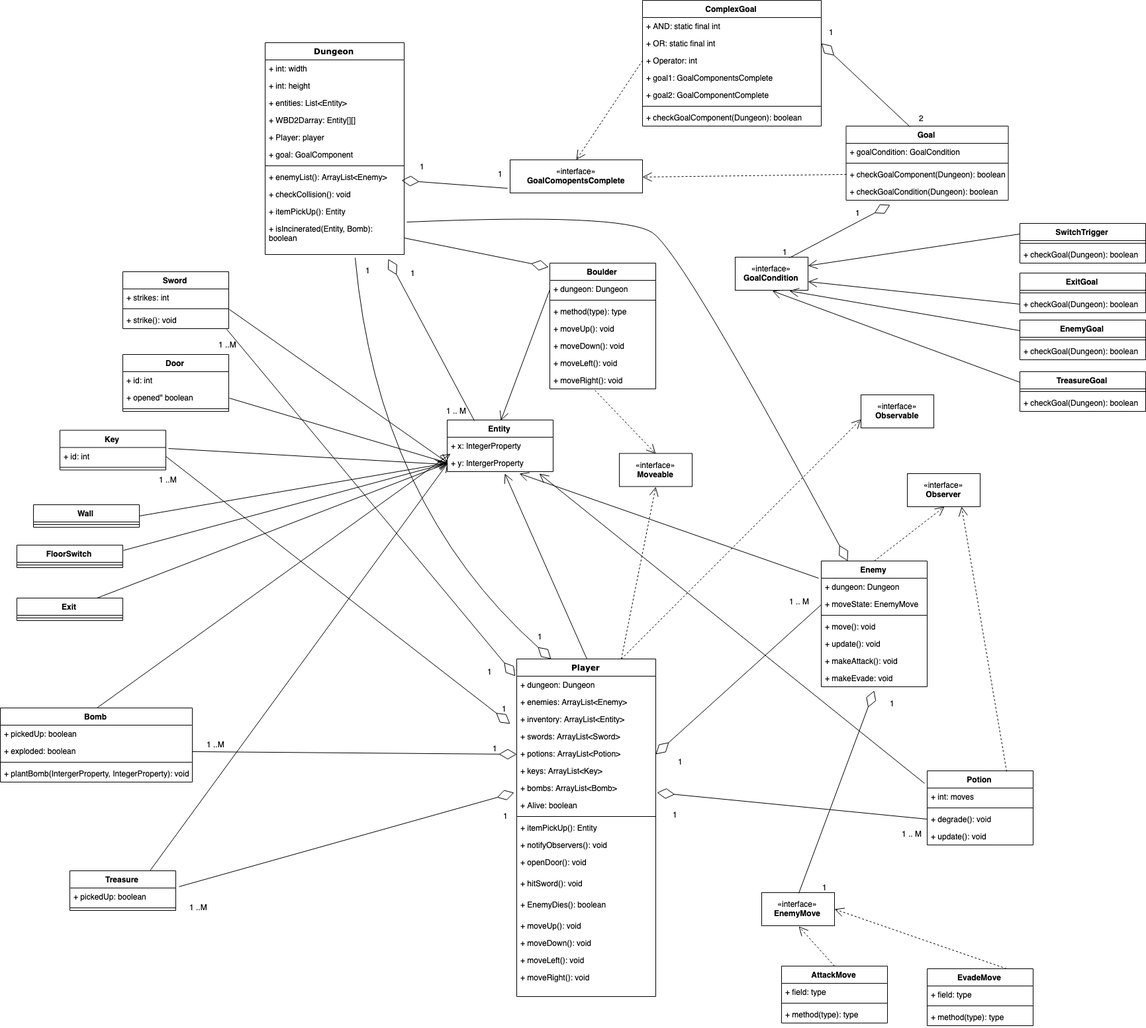
Before: UML Final.png, a diagram exported from draw.io (peterhuyxuan/DungeonGamePuzzle). Source tidied: cells renumbered, new cells last; positions are measured from the earlier drawing's top-left corner, leaving out a move shared by most shapes.
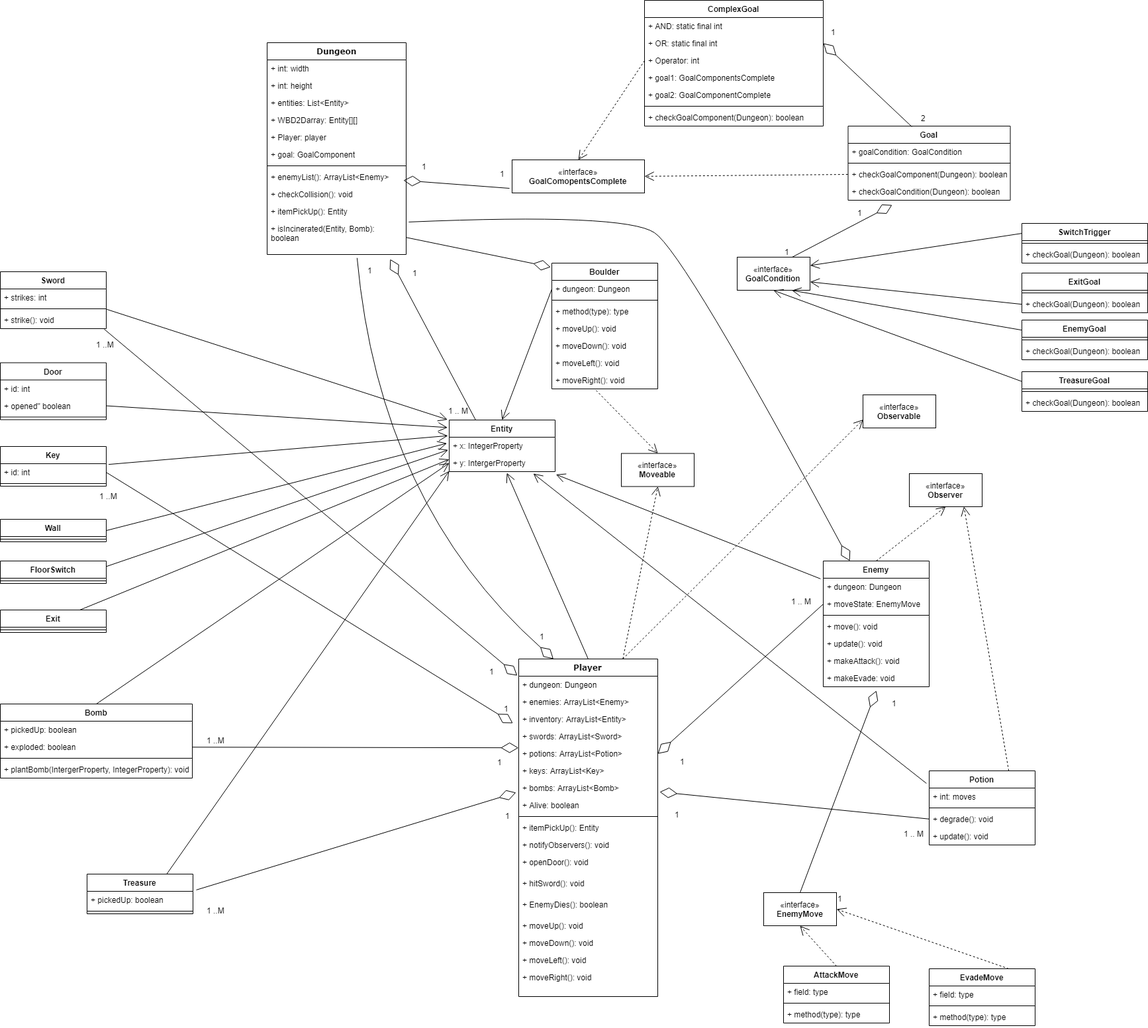
After the commit.

Diff of the diagram source:
```diff
@@ -111,7 +111,7 @@
       <mxGeometry relative="1" as="geometry" />
     </mxCell>
     <mxCell id="38" value="Door" style="swimlane;fontStyle=1;align=center;verticalAlign=top;horizontal=1;startSize=26;" parent="1" vertex="1">
-      <mxGeometry x="185" y="535" width="160" height="86" as="geometry" />
+      <mxGeometry x="-3" y="547.5" width="160" height="86" as="geometry" />
     </mxCell>
     <mxCell id="39" value="+ id: int" style="text;strokeColor=none;fillColor=none;align=left;verticalAlign=top;spacingLeft=4;spacingRight=4;overflow=hidden;" parent="38" vertex="1">
       <mxGeometry y="26" width="160" height="26" as="geometry" />
@@ -123,7 +123,7 @@
       <mxGeometry y="78" width="160" height="8" as="geometry" />
     </mxCell>
     <mxCell id="42" value="Bomb" style="swimlane;fontStyle=1;align=center;verticalAlign=top;horizontal=1;startSize=26;" parent="1" vertex="1">
-      <mxGeometry y="1069" width="290" height="112" as="geometry" />
+      <mxGeometry x="-3" y="1063" width="290" height="112" as="geometry" />
     </mxCell>
     <mxCell id="43" value="+ pickedUp: boolean" style="text;strokeColor=none;fillColor=none;align=left;verticalAlign=top;spacingLeft=4;spacingRight=4;overflow=hidden;" parent="42" vertex="1">
       <mxGeometry y="26" width="290" height="26" as="geometry" />
@@ -138,7 +138,7 @@
       <mxGeometry y="86" width="290" height="26" as="geometry" />
     </mxCell>
     <mxCell id="47" value="Sword" style="swimlane;fontStyle=1;align=center;verticalAlign=top;horizontal=1;startSize=26;" parent="1" vertex="1">
-      <mxGeometry x="185" y="410" width="160" height="86" as="geometry" />
+      <mxGeometry x="-3" y="410" width="160" height="86" as="geometry" />
     </mxCell>
     <mxCell id="48" value="+ strikes: int" style="text;strokeColor=none;fillColor=none;align=left;verticalAlign=top;spacingLeft=4;spacingRight=4;overflow=hidden;" parent="47" vertex="1">
       <mxGeometry y="26" width="160" height="26" as="geometry" />
@@ -150,7 +150,7 @@
       <mxGeometry y="60" width="160" height="26" as="geometry" />
     </mxCell>
     <mxCell id="51" value="Key" style="swimlane;fontStyle=1;align=center;verticalAlign=top;horizontal=1;startSize=26;" parent="1" vertex="1">
-      <mxGeometry x="90" y="649.5" width="160" height="60" as="geometry" />
+      <mxGeometry x="-3" y="674" width="160" height="60" as="geometry" />
     </mxCell>
     <mxCell id="52" value="+ id: int" style="text;strokeColor=none;fillColor=none;align=left;verticalAlign=top;spacingLeft=4;spacingRight=4;overflow=hidden;points=[[0,0.5],[1,0.5]];portConstraint=eastwest;" parent="51" vertex="1">
       <mxGeometry y="26" width="160" height="26" as="geometry" />
@@ -194,16 +194,14 @@
     <mxCell id="65" style="endArrow=open;endFill=1;endSize=12;html=1;entryX=0.5;entryY=0;entryDx=0;entryDy=0;exitX=0;exitY=0.5;exitDx=0;exitDy=0;" parent="1" edge="1" source="55" target="33">
       <mxGeometry relative="1" as="geometry" />
     </mxCell>
-    <mxCell id="66" style="endArrow=open;endFill=1;endSize=12;html=1;entryX=0.031;entryY=-0.038;entryDx=0;entryDy=0;entryPerimeter=0;exitX=0.5;exitY=0;exitDx=0;exitDy=0;" parent="1" edge="1" source="42" target="35">
+    <mxCell id="66" style="endArrow=open;endFill=1;endSize=12;html=1;entryX=0;entryY=0.5;entryDx=0;entryDy=0;exitX=0.5;exitY=0;exitDx=0;exitDy=0;" parent="1" edge="1" source="42" target="35">
       <mxGeometry relative="1" as="geometry" />
     </mxCell>
-    <mxCell id="67" style="endArrow=open;endFill=1;endSize=12;html=1;entryX=0;entryY=0.5;entryDx=0;entryDy=0;exitX=1;exitY=0.5;exitDx=0;exitDy=0;" parent="1" edge="1" source="40" target="35">
+    <mxCell id="67" style="endArrow=open;endFill=1;endSize=12;html=1;entryX=-0.016;entryY=0.145;entryDx=0;entryDy=0;exitX=1;exitY=0.5;exitDx=0;exitDy=0;entryPerimeter=0;" parent="1" edge="1" source="40" target="33">
       <mxGeometry relative="1" as="geometry" />
     </mxCell>
-    <mxCell id="68" style="endArrow=open;endFill=1;endSize=12;html=1;exitX=1.023;exitY=0.038;exitDx=0;exitDy=0;exitPerimeter=0;" parent="1" edge="1" source="52">
-      <mxGeometry relative="1" as="geometry">
-        <mxPoint x="670" y="701" as="targetPoint" />
-      </mxGeometry>
+    <mxCell id="68" style="endArrow=open;endFill=1;endSize=12;html=1;exitX=1.023;exitY=0.038;exitDx=0;exitDy=0;exitPerimeter=0;entryX=-0.012;entryY=-0.082;entryDx=0;entryDy=0;entryPerimeter=0;" parent="1" edge="1" source="52" target="34">
+      <mxGeometry relative="1" as="geometry" />
     </mxCell>
     <mxCell id="69" value="Potion" style="swimlane;fontStyle=1;align=center;verticalAlign=top;horizontal=1;startSize=26;" parent="1" vertex="1">
       <mxGeometry x="1400" y="1164" width="160" height="112" as="geometry" />
@@ -221,7 +219,7 @@
       <mxGeometry y="86" width="160" height="26" as="geometry" />
     </mxCell>
     <mxCell id="74" value="FloorSwitch" style="swimlane;fontStyle=1;align=center;verticalAlign=top;horizontal=1;startSize=26;" parent="1" vertex="1">
-      <mxGeometry x="25" y="823" width="160" height="34" as="geometry" />
+      <mxGeometry x="-3" y="847" width="160" height="34" as="geometry" />
     </mxCell>
     <mxCell id="75" style="line;strokeWidth=1;fillColor=none;align=left;verticalAlign=middle;spacingTop=-1;spacingLeft=3;spacingRight=3;labelPosition=right;" parent="74" vertex="1">
       <mxGeometry y="26" width="160" height="8" as="geometry" />
@@ -251,13 +249,13 @@
       <mxGeometry y="164" width="160" height="26" as="geometry" />
     </mxCell>
     <mxCell id="84" value="Exit" style="swimlane;fontStyle=1;align=center;verticalAlign=top;horizontal=1;startSize=26;" parent="1" vertex="1">
-      <mxGeometry x="25" y="903" width="160" height="34" as="geometry" />
+      <mxGeometry x="-3" y="921" width="160" height="34" as="geometry" />
     </mxCell>
     <mxCell id="85" style="line;strokeWidth=1;fillColor=none;align=left;verticalAlign=middle;spacingTop=-1;spacingLeft=3;spacingRight=3;labelPosition=right;" parent="84" vertex="1">
       <mxGeometry y="26" width="160" height="8" as="geometry" />
     </mxCell>
     <mxCell id="86" value="Treasure" style="swimlane;fontStyle=1;align=center;verticalAlign=top;horizontal=1;startSize=26;" parent="1" vertex="1">
-      <mxGeometry x="105" y="1315" width="160" height="60" as="geometry" />
+      <mxGeometry x="128" y="1320" width="160" height="60" as="geometry" />
     </mxCell>
     <mxCell id="87" value="+ pickedUp: boolean" style="text;strokeColor=none;fillColor=none;align=left;verticalAlign=top;spacingLeft=4;spacingRight=4;overflow=hidden;points=[[0,0.5],[1,0.5]];portConstraint=eastwest;" parent="86" vertex="1">
       <mxGeometry y="26" width="160" height="26" as="geometry" />
@@ -353,25 +351,27 @@
       <mxGeometry y="34" width="190" height="26" as="geometry" />
     </mxCell>
     <mxCell id="118" value="Wall" style="swimlane;fontStyle=1;align=center;verticalAlign=top;horizontal=1;startSize=26;" parent="1" vertex="1">
-      <mxGeometry x="50" y="762" width="160" height="34" as="geometry" />
+      <mxGeometry x="-3" y="784" width="160" height="34" as="geometry" />
     </mxCell>
     <mxCell id="119" style="line;strokeWidth=1;fillColor=none;align=left;verticalAlign=middle;spacingTop=-1;spacingLeft=3;spacingRight=3;labelPosition=right;" parent="118" vertex="1">
       <mxGeometry y="26" width="160" height="8" as="geometry" />
     </mxCell>
-    <mxCell id="120" style="endArrow=open;endFill=1;endSize=12;html=1;exitX=1.006;exitY=-0.115;exitDx=0;exitDy=0;exitPerimeter=0;entryX=0;entryY=0.5;entryDx=0;entryDy=0;" parent="1" edge="1" source="50" target="35">
+    <mxCell id="120" style="endArrow=open;endFill=1;endSize=12;html=1;exitX=1.006;exitY=-0.115;exitDx=0;exitDy=0;exitPerimeter=0;entryX=-0.014;entryY=-0.009;entryDx=0;entryDy=0;entryPerimeter=0;" parent="1" edge="1" source="50" target="33">
       <mxGeometry relative="1" as="geometry" />
     </mxCell>
-    <mxCell id="121" style="endArrow=open;endFill=1;endSize=12;html=1;exitX=1;exitY=0.5;exitDx=0;exitDy=0;entryX=0;entryY=0.5;entryDx=0;entryDy=0;" parent="1" edge="1" source="118" target="35">
+    <mxCell id="121" style="endArrow=open;endFill=1;endSize=12;html=1;exitX=1;exitY=0.5;exitDx=0;exitDy=0;entryX=-0.02;entryY=0.346;entryDx=0;entryDy=0;entryPerimeter=0;" parent="1" edge="1" source="118" target="34">
       <mxGeometry relative="1" as="geometry" />
     </mxCell>
-    <mxCell id="122" style="endArrow=open;endFill=1;endSize=12;html=1;exitX=1;exitY=0.25;exitDx=0;exitDy=0;entryX=0;entryY=0.5;entryDx=0;entryDy=0;" parent="1" edge="1" source="74" target="35">
+    <mxCell id="122" style="endArrow=open;endFill=1;endSize=12;html=1;exitX=1;exitY=0.25;exitDx=0;exitDy=0;entryX=-0.011;entryY=0.742;entryDx=0;entryDy=0;entryPerimeter=0;" parent="1" edge="1" source="74" target="34">
       <mxGeometry relative="1" as="geometry" />
     </mxCell>
-    <mxCell id="123" style="endArrow=open;endFill=1;endSize=12;html=1;exitX=0.75;exitY=0;exitDx=0;exitDy=0;entryX=0;entryY=0.5;entryDx=0;entryDy=0;" parent="1" edge="1" source="84" target="35">
+    <mxCell id="123" style="endArrow=open;endFill=1;endSize=12;html=1;exitX=0.75;exitY=0;exitDx=0;exitDy=0;entryX=-0.002;entryY=0.291;entryDx=0;entryDy=0;entryPerimeter=0;" parent="1" edge="1" source="84" target="35">
       <mxGeometry relative="1" as="geometry" />
     </mxCell>
-    <mxCell id="124" style="endArrow=open;endFill=1;endSize=12;html=1;exitX=0.75;exitY=0;exitDx=0;exitDy=0;entryX=0;entryY=0.5;entryDx=0;entryDy=0;" parent="1" edge="1" source="86" target="35">
-      <mxGeometry relative="1" as="geometry" />
+    <mxCell id="124" style="endArrow=open;endFill=1;endSize=12;html=1;exitX=0.75;exitY=0;exitDx=0;exitDy=0;" parent="1" edge="1" source="86">
+      <mxGeometry relative="1" as="geometry">
+        <mxPoint x="675" y="711" as="targetPoint" />
+      </mxGeometry>
     </mxCell>
     <mxCell id="125" style="endArrow=open;endSize=12;dashed=1;html=1;entryX=0;entryY=0.75;entryDx=0;entryDy=0;exitX=0.75;exitY=0;exitDx=0;exitDy=0;" parent="1" edge="1" source="14" target="89">
       <mxGeometry relative="1" as="geometry" />
@@ -388,7 +388,7 @@
     <mxCell id="129" style="endArrow=diamondThin;endFill=0;endSize=24;html=1;entryX=1.014;entryY=-0.269;entryDx=0;entryDy=0;exitX=0;exitY=0.5;exitDx=0;exitDy=0;entryPerimeter=0;" parent="1" edge="1" source="72" target="22">
       <mxGeometry relative="1" as="geometry" />
     </mxCell>
-    <mxCell id="130" style="endArrow=diamondThin;endFill=0;endSize=24;html=1;entryX=0;entryY=0.5;entryDx=0;entryDy=0;exitX=1;exitY=0.5;exitDx=0;exitDy=0;" parent="1" edge="1" source="44" target="19">
+    <mxCell id="130" style="endArrow=diamondThin;endFill=0;endSize=24;html=1;exitX=1;exitY=0.5;exitDx=0;exitDy=0;entryX=-0.002;entryY=0.17;entryDx=0;entryDy=0;entryPerimeter=0;" parent="1" edge="1" source="44" target="19">
       <mxGeometry relative="1" as="geometry" />
     </mxCell>
     <mxCell id="131" style="endArrow=diamondThin;endFill=0;endSize=24;html=1;entryX=-0.043;entryY=-0.269;entryDx=0;entryDy=0;exitX=1;exitY=0.5;exitDx=0;exitDy=0;entryPerimeter=0;" parent="1" edge="1" source="52" target="18">
@@ -397,10 +397,10 @@
     <mxCell id="132" style="endArrow=diamondThin;endFill=0;endSize=24;html=1;entryX=-0.01;entryY=-0.038;entryDx=0;entryDy=0;exitX=0.981;exitY=1.038;exitDx=0;exitDy=0;entryPerimeter=0;exitPerimeter=0;" parent="1" edge="1" source="50" target="15">
       <mxGeometry relative="1" as="geometry" />
     </mxCell>
-    <mxCell id="133" style="endArrow=open;endFill=1;endSize=12;html=1;entryX=0.681;entryY=1.115;entryDx=0;entryDy=0;entryPerimeter=0;exitX=-0.025;exitY=0.038;exitDx=0;exitDy=0;exitPerimeter=0;" parent="1" edge="1" source="77" target="35">
+    <mxCell id="133" style="endArrow=open;endFill=1;endSize=12;html=1;entryX=1.007;entryY=1.159;entryDx=0;entryDy=0;entryPerimeter=0;exitX=-0.025;exitY=0.038;exitDx=0;exitDy=0;exitPerimeter=0;" parent="1" edge="1" source="77" target="35">
       <mxGeometry relative="1" as="geometry" />
     </mxCell>
-    <mxCell id="134" style="endArrow=open;endFill=1;endSize=12;html=1;entryX=0.869;entryY=1.115;entryDx=0;entryDy=0;entryPerimeter=0;exitX=-0.025;exitY=-0.269;exitDx=0;exitDy=0;exitPerimeter=0;" parent="1" edge="1" source="70" target="35">
+    <mxCell id="134" style="endArrow=open;endFill=1;endSize=12;html=1;entryX=0.793;entryY=1.115;entryDx=0;entryDy=0;entryPerimeter=0;exitX=-0.025;exitY=-0.269;exitDx=0;exitDy=0;exitPerimeter=0;" parent="1" edge="1" source="70" target="35">
       <mxGeometry relative="1" as="geometry" />
     </mxCell>
     <mxCell id="135" style="endArrow=diamondThin;endFill=0;endSize=24;html=1;entryX=1;entryY=0.5;entryDx=0;entryDy=0;exitX=0;exitY=0.75;exitDx=0;exitDy=0;" parent="1" edge="1">
@@ -500,16 +500,16 @@
       <mxGeometry x="756" y="1061" width="20" height="20" as="geometry" />
     </mxCell>
     <mxCell id="163" value="1 ..M" style="text;html=1;align=left;verticalAlign=top;spacingTop=-4;" parent="1" vertex="1">
-      <mxGeometry x="238" y="715" width="40" height="20" as="geometry" />
+      <mxGeometry x="145" y="739.5" width="40" height="20" as="geometry" />
     </mxCell>
     <mxCell id="164" value="1 ..M" style="text;html=1;align=left;verticalAlign=top;spacingTop=-4;" parent="1" vertex="1">
-      <mxGeometry x="310" y="1115" width="40" height="20" as="geometry" />
+      <mxGeometry x="307" y="1109" width="40" height="20" as="geometry" />
     </mxCell>
     <mxCell id="165" value="1" style="text;html=1;align=left;verticalAlign=top;spacingTop=-4;" parent="1" vertex="1">
-      <mxGeometry x="742" y="1121" width="20" height="20" as="geometry" />
+      <mxGeometry x="746" y="1142" width="20" height="20" as="geometry" />
     </mxCell>
     <mxCell id="166" value="1 ..M" style="text;html=1;align=left;verticalAlign=top;spacingTop=-4;" parent="1" vertex="1">
-      <mxGeometry x="284" y="1361" width="40" height="20" as="geometry" />
+      <mxGeometry x="307" y="1366" width="40" height="20" as="geometry" />
     </mxCell>
     <mxCell id="167" value="1" style="text;html=1;align=left;verticalAlign=top;spacingTop=-4;" parent="1" vertex="1">
       <mxGeometry x="758" y="1223" width="20" height="20" as="geometry" />
@@ -524,7 +524,7 @@
       <mxGeometry x="1342" y="1053" width="20" height="20" as="geometry" />
     </mxCell>
     <mxCell id="171" value="1" style="text;html=1;align=left;verticalAlign=top;spacingTop=-4;" parent="1" vertex="1">
-      <mxGeometry x="1240" y="1331" width="20" height="20" as="geometry" />
+      <mxGeometry x="1260" y="1348" width="20" height="20" as="geometry" />
     </mxCell>
     <mxCell id="172" value="1" style="text;html=1;align=left;verticalAlign=top;spacingTop=-4;" parent="1" vertex="1">
       <mxGeometry x="1014" y="1221" width="20" height="20" as="geometry" />
@@ -548,7 +548,7 @@
       <mxGeometry x="734" y="1005" width="20" height="20" as="geometry" />
     </mxCell>
     <mxCell id="179" value="1 ..M" style="text;html=1;align=left;verticalAlign=top;spacingTop=-4;" parent="1" vertex="1">
-      <mxGeometry x="328" y="511" width="40" height="20" as="geometry" />
+      <mxGeometry x="140" y="511" width="40" height="20" as="geometry" />
     </mxCell>
     <mxCell id="180" value="1" style="text;html=1;align=left;verticalAlign=top;spacingTop=-4;" parent="1" vertex="1">
       <mxGeometry x="618" y="403" width="20" height="20" as="geometry" />
```
